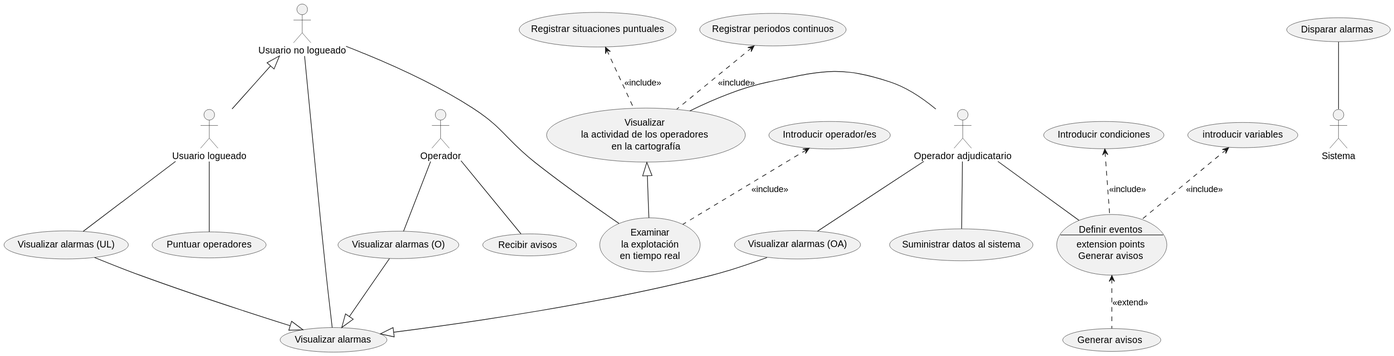
This is out/Proyecto/source/Sistema de Informacion/Sistema de infirmacion.svg from cgg734/INRE-UAL-MORADO-2022-2023, a PlantUML export, as it was before one commit. Its diagram source:
```plantuml
@startuml Sistema de infirmacion
actor OA as "Operador adjudicatario"
actor Operador
actor UR as "Usuario logueado"
actor UNR as "Usuario no logueado"
usecase (Visualizar \nla actividad de los operadores \nen la cartografía) as VisualAct
OA-left-VisualAct
(Registrar situaciones puntuales)<..VisualAct : <<include>>
(Registrar periodos continuos)<..VisualAct : <<include>>
usecase (Visualizar alarmas UR) as "Visualizar alarmas (UL)"
usecase (Visualizar alarmas OA) as "Visualizar alarmas (OA)"
usecase (Visualizar alarmas O) as "Visualizar alarmas (O)"
usecase (Visualizar alarmas)
usecase (Recibir avisos)
usecase DE as "Definir eventos
--
extension points
Generar avisos"

usecase (Generar avisos) as GA
usecase EX as "Examinar
la explotación
en tiempo real"
OA--(Visualizar alarmas OA)
UR--(Visualizar alarmas UR)
Operador--(Visualizar alarmas O)
(Visualizar alarmas O)--|>(Visualizar alarmas)
(Visualizar alarmas OA)--|>(Visualizar alarmas)
(Visualizar alarmas UR)--|>(Visualizar alarmas)
Operador--(Recibir avisos)
OA--DE
(introducir variables)<..DE : <<include>>
(Introducir condiciones)<..DE : <<include>>
DE<..GA : <<extend>>
UNR--EX
VisualAct<|--EX
(Introducir operador/es)<..EX : <<include>>
UNR-right-(Visualizar alarmas)
UNR<|--UR
(Disparar alarmas)--Sistema
OA--(Suministrar datos al sistema)
UR--(Puntuar operadores)
@enduml
```
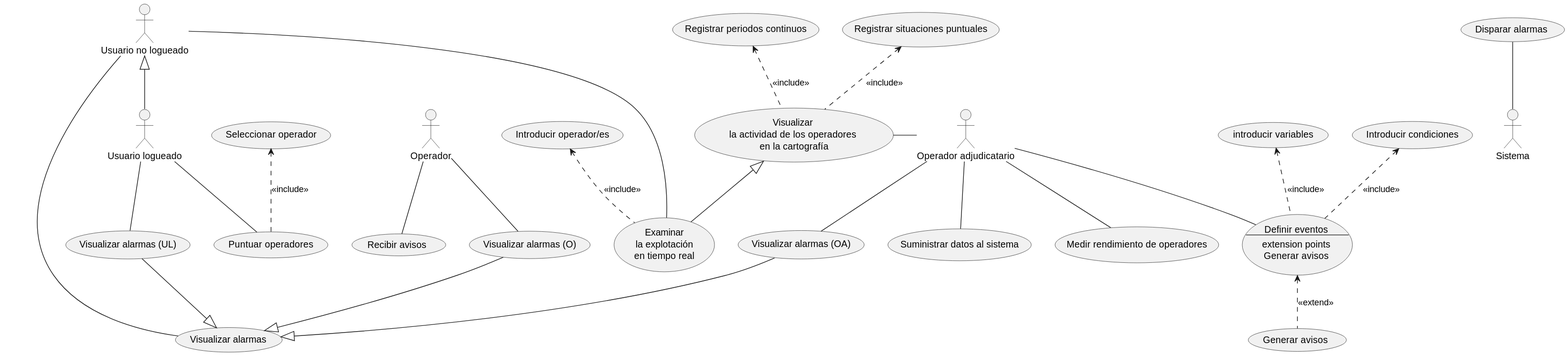
Above is the later version.

Diff of the diagram source:
```diff
@@ -39,5 +39,8 @@
 UNR<|--UR
 (Disparar alarmas)--Sistema
 OA--(Suministrar datos al sistema)
-UR--(Puntuar operadores)
+usecase PO as "Puntuar operadores"
+UR--PO
+(Seleccionar operador)<..PO : <<include>>
+OA--(Medir rendimiento de operadores)
 @enduml
```
